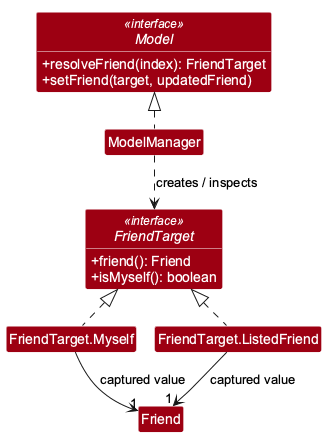
The PlantUML diagram pr-preview/pr-83/images/MyselfTargetClassDiagram.png in AY2627S1-CS2103T-W14-3/tp, before a commit. Source of this version:
```plantuml
@startuml
!pragma layout smetana
skinparam Shadowing false
skinparam DefaultFontName Arial
skinparam ArrowFontStyle plain
skinparam classBackgroundColor #9D0012
skinparam classFontColor #FFFFFF
skinparam classStereotypeFontColor #FFFFFF
skinparam classBorderColor #FFFFFF
skinparam classAttributeFontColor #FFFFFF
skinparam classAttributeIconSize 0
hide circle
hide empty members

interface Model <<interface>> {
    +resolveFriend(index): FriendTarget
    +setFriend(target, updatedFriend)
}
class ModelManager
interface FriendTarget <<interface>> {
    +friend(): Friend
    +isMyself(): boolean
}
class "FriendTarget.Myself" as Myself
class "FriendTarget.ListedFriend" as ListedFriend
class Friend

ModelManager .up.|> Model
ModelManager ..> FriendTarget : creates / inspects
Myself .up.|> FriendTarget
ListedFriend .up.|> FriendTarget
Myself --> "1" Friend : captured value
ListedFriend --> "1" Friend : captured value
@enduml
```
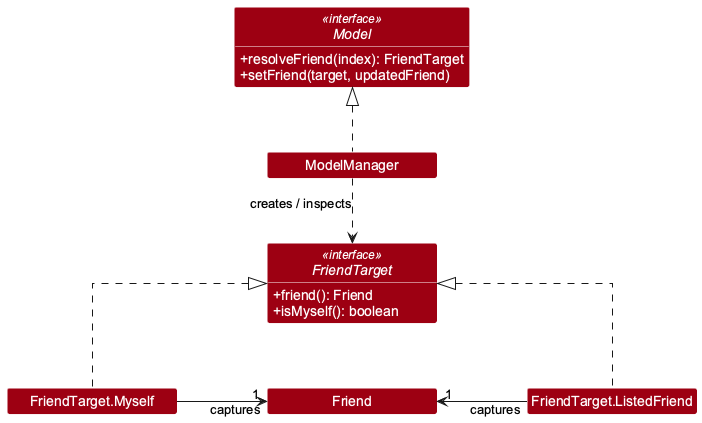
The same diagram one commit later.

The edit, as a diff of the source:
```diff
@@ -1,8 +1,11 @@
 @startuml
-!pragma layout smetana
+skinparam linetype ortho
+skinparam nodesep 90
+skinparam ranksep 65
 skinparam Shadowing false
 skinparam DefaultFontName Arial
 skinparam ArrowFontStyle plain
+skinparam minClassWidth 170
 skinparam classBackgroundColor #9D0012
 skinparam classFontColor #FFFFFF
 skinparam classStereotypeFontColor #FFFFFF
@@ -29,6 +32,6 @@
 ModelManager ..> FriendTarget : creates / inspects
 Myself .up.|> FriendTarget
 ListedFriend .up.|> FriendTarget
-Myself --> "1" Friend : captured value
-ListedFriend --> "1" Friend : captured value
+Myself -right-> "1" Friend : captures
+ListedFriend -left-> "1" Friend : captures
 @enduml
```
